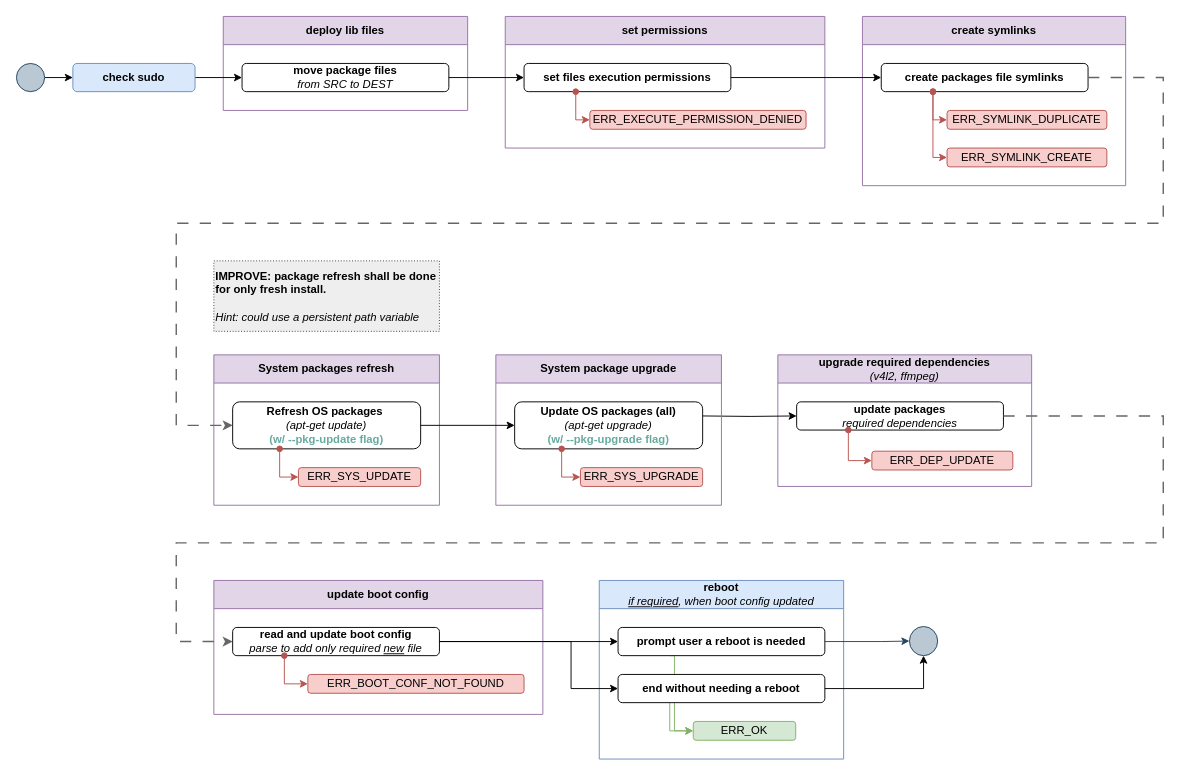
This is page "install" (1 of 10) of docs/arch/arch.drawio from repeact/embedded-sw, a draw.io file, before an edit. Source tidied: cells renumbered, new cells numbered last; positions are measured from the earlier drawing's top-left corner, leaving out a move shared by most shapes. Both pictures are drawn from the tidied source at 94%, with x=0, y=0 at pixel (16, 16).
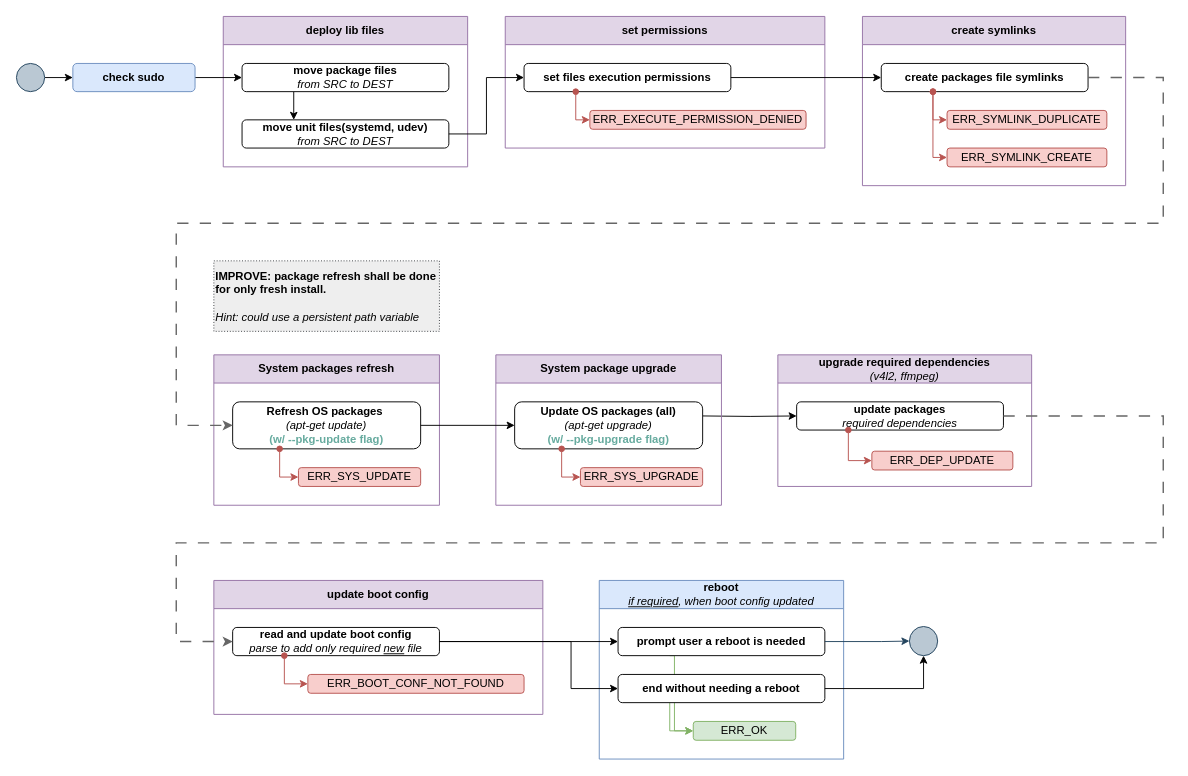
After the change.

Commit message:
docs: add unit file deployment to install script design

Unchanged cells that the change refers to:
```xml
<mxCell id="3" value="&lt;b&gt;move package files &lt;br&gt;&lt;/b&gt;&lt;i&gt;from SRC to DEST&lt;/i&gt;" style="rounded=1;whiteSpace=wrap;html=1;" parent="2" vertex="1">
  <mxGeometry x="20" y="50" width="220" height="30" as="geometry" />
</mxCell>
<mxCell id="5" value="set files execution permissions" style="rounded=1;whiteSpace=wrap;html=1;fontStyle=1;" parent="4" vertex="1">
  <mxGeometry x="20" y="50" width="220" height="30" as="geometry" />
</mxCell>
```

Diff of the diagram source:
```diff
@@
     <mxCell id="2" value="deploy lib files" style="swimlane;whiteSpace=wrap;html=1;startSize=30;fillColor=#e1d5e7;strokeColor=#9673a6;" parent="1" vertex="1">
-      <mxGeometry x="220" width="260" height="100" as="geometry" />
+      <mxGeometry x="220" width="260" height="160" as="geometry" />
     </mxCell>
+    <mxCell id="52" style="edgeStyle=orthogonalEdgeStyle;rounded=0;jettySize=auto;html=1;exitX=0.25;exitY=1;exitDx=0;exitDy=0;entryX=0.25;entryY=0;entryDx=0;entryDy=0;" parent="2" edge="1" source="3" target="53">
+      <mxGeometry relative="1" as="geometry" />
+    </mxCell>
@@
+    <mxCell id="53" value="&lt;b&gt;move unit files(systemd, udev)&lt;br&gt;&lt;/b&gt;&lt;i&gt;from SRC to DEST&lt;/i&gt;" style="rounded=1;whiteSpace=wrap;html=1;" parent="2" vertex="1">
+      <mxGeometry x="20" y="110" width="220" height="30" as="geometry" />
+    </mxCell>
@@
-    <mxCell id="28" style="edgeStyle=orthogonalEdgeStyle;rounded=0;jettySize=auto;html=1;entryX=0;entryY=0.5;entryDx=0;entryDy=0;" parent="1" edge="1" source="3" target="5">
-      <mxGeometry relative="1" as="geometry" />
-    </mxCell>
@@
+    <mxCell id="54" style="edgeStyle=orthogonalEdgeStyle;rounded=0;jettySize=auto;html=1;exitX=1;exitY=0.5;exitDx=0;exitDy=0;entryX=0;entryY=0.5;entryDx=0;entryDy=0;" parent="1" edge="1" source="53" target="5">
+      <mxGeometry relative="1" as="geometry" />
+    </mxCell>
```
